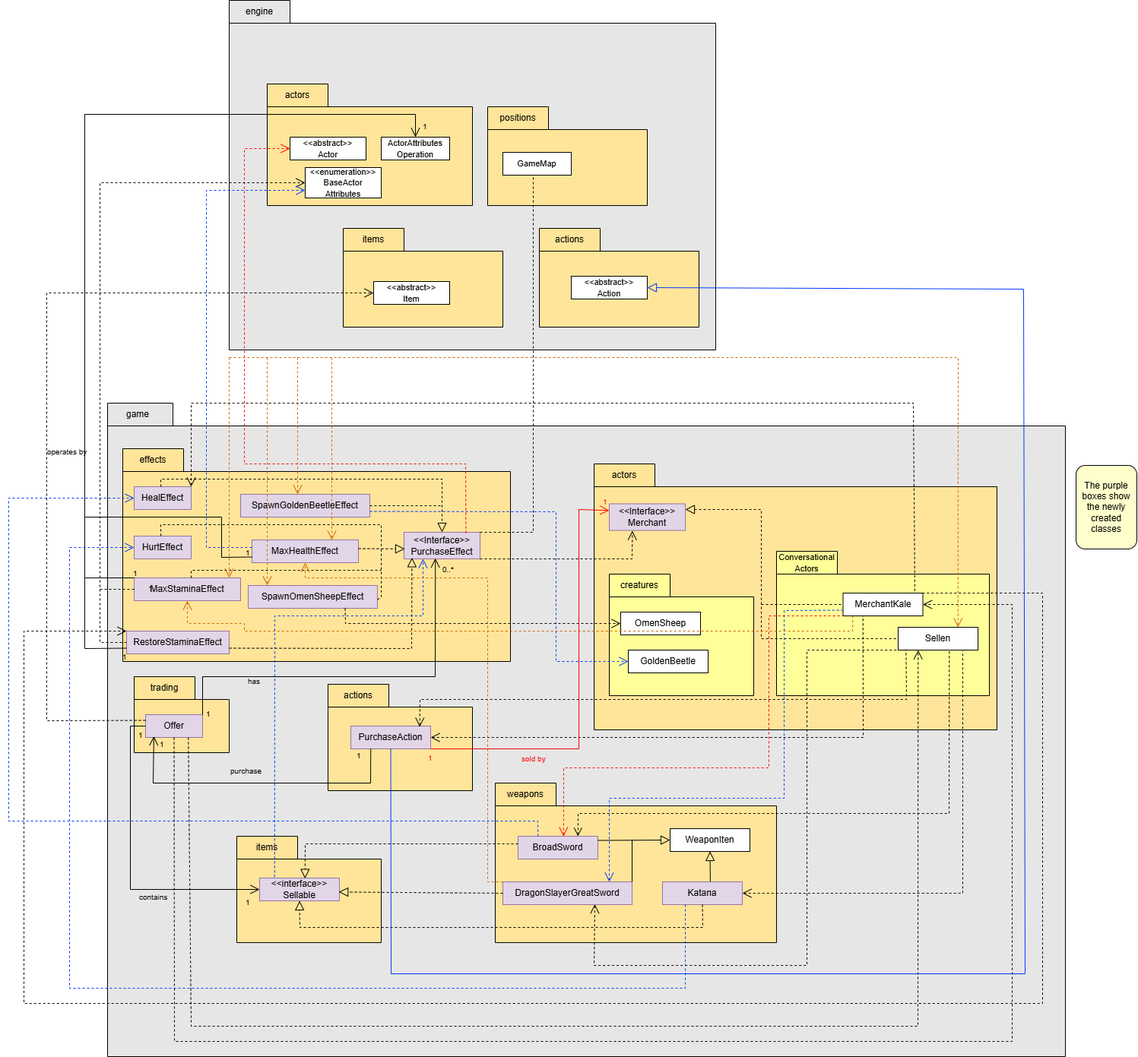
karmay-ong/Elden_Ring_Game keeps this draw.io diagram as docs/design/assignment2/Req4/Req4_UML.png. Above is the earlier version. Source tidied: cells renumbered, new cells last; positions are measured from the earlier drawing's top-left corner, leaving out a move shared by most shapes.
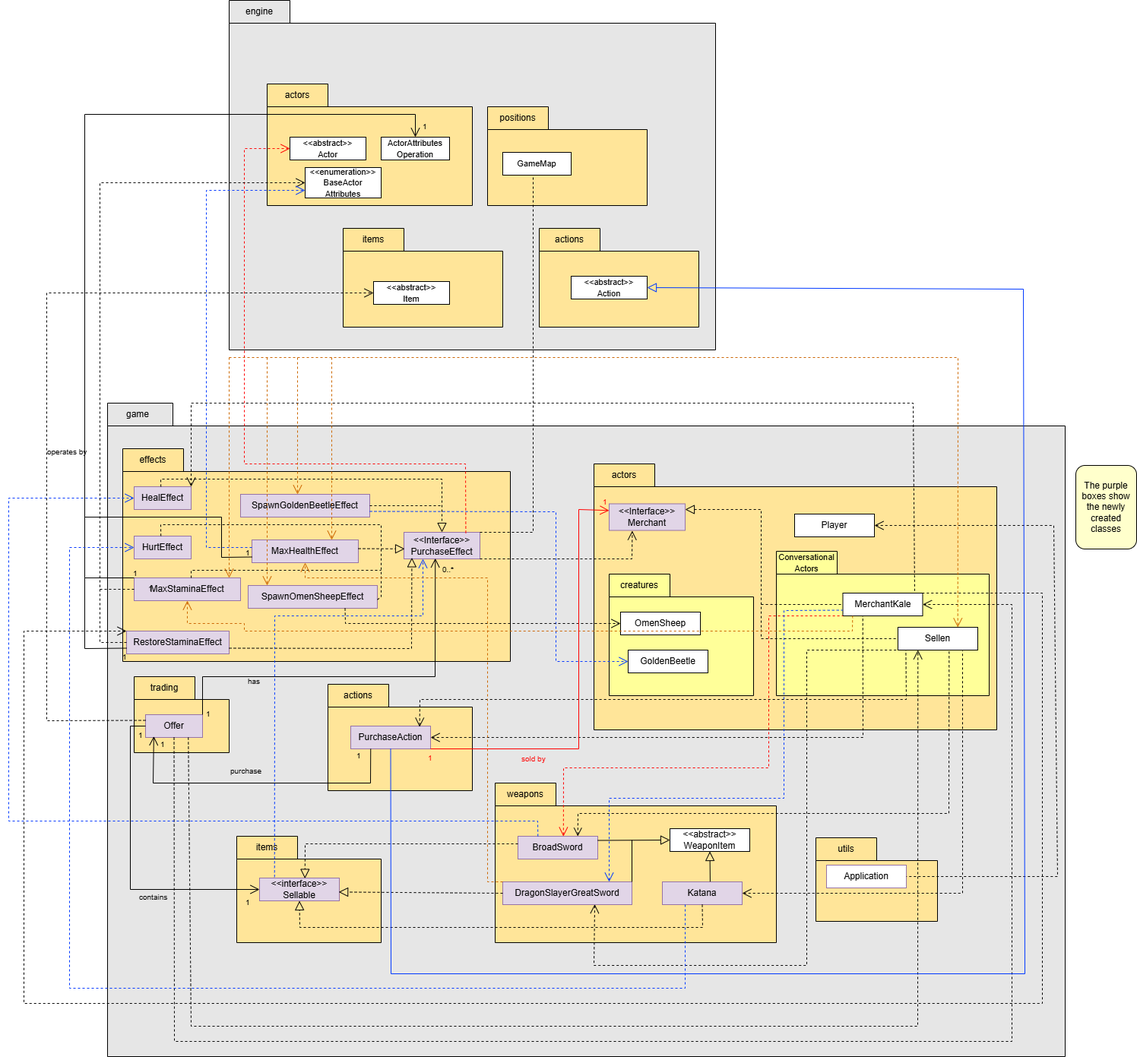
After the commit.

Commit message:
Made WeaponItem class abstract

- Updated Design Rationale and UML for Req 4 to adapt this change.

Change to the diagram source:
```diff
@@ -8,6 +8,18 @@
     <mxCell id="3" style="shape=folder;fontStyle=1;tabWidth=80;tabHeight=30;tabPosition=left;html=1;boundedLbl=1;whiteSpace=wrap;fillColor=#E6E6E6;" parent="2" vertex="1">
       <mxGeometry x="10" width="1260" height="860" as="geometry" />
     </mxCell>
+    <mxCell id="143" style="group;" parent="2" vertex="1">
+      <mxGeometry x="942" y="572" width="190" height="140" as="geometry" />
+    </mxCell>
+    <mxCell id="144" value="&lt;span style=&quot;color: rgba(0, 0, 0, 0); font-family: monospace; font-size: 0px; font-weight: 400; text-align: start; text-wrap-mode: nowrap;&quot;&gt;%3CmxGraphModel%3E%3Croot%3E%3CmxCell%20id%3D%220%22%2F%3E%3CmxCell%20id%3D%221%22%20parent%3D%220%22%2F%3E%3CmxCell%20id%3D%222%22%20value%3D%22%22%20style%3D%22shape%3Dfolder%3BfontStyle%3D1%3BtabWidth%3D80%3BtabHeight%3D30%3BtabPosition%3Dleft%3Bhtml%3D1%3BboundedLbl%3D1%3BwhiteSpace%3Dwrap%3BfillColor%3D%23FFFF99%3B%22%20vertex%3D%221%22%20parent%3D%221%22%3E%3CmxGeometry%20x%3D%22-8365%22%20y%3D%22-4820%22%20width%3D%22320%22%20height%3D%22150%22%20as%3D%22geometry%22%2F%3E%3C%2FmxCell%3E%3C%2Froot%3E%3C%2FmxGraphModel%3E&lt;/span&gt;" style="shape=folder;fontStyle=1;tabWidth=80;tabHeight=30;tabPosition=left;html=1;boundedLbl=1;whiteSpace=wrap;fillColor=#FFE599;" parent="143" vertex="1">
+      <mxGeometry width="160" height="110" as="geometry" />
+    </mxCell>
+    <mxCell id="145" value="utils" style="text;html=1;align=center;verticalAlign=middle;whiteSpace=wrap;rounded=0;" parent="143" vertex="1">
+      <mxGeometry width="80" height="30" as="geometry" />
+    </mxCell>
+    <mxCell id="146" value="Application" style="rounded=0;whiteSpace=wrap;html=1;fillColor=#FFFFFF;strokeColor=#9673a6;" parent="143" vertex="1">
+      <mxGeometry x="14" y="36" width="105" height="30" as="geometry" />
+    </mxCell>
     <mxCell id="4" style="group;" parent="2" vertex="1">
       <mxGeometry x="30" y="60" width="520" height="290" as="geometry" />
     </mxCell>
@@ -139,7 +151,7 @@
     <mxCell id="36" style="group;" parent="35" vertex="1">
       <mxGeometry width="530" height="350" as="geometry" />
     </mxCell>
-    <mxCell id="37" value="&lt;span style=&quot;color: rgba(0, 0, 0, 0); font-family: monospace; font-size: 0px; font-weight: 400; text-align: start; text-wrap-mode: nowrap;&quot;&gt;%3CmxGraphModel%3E%3Croot%3E%3CmxCell%20id%3D%220%22%2F%3E%3CmxCell%20id%3D%221%22%20parent%3D%220%22%2F%3E%3CmxCell%20id%3D%222%22%20value%3D%22%22%20style%3D%22shape%3Dfolder%3BfontStyle%3D1%3BtabWidth%3D80%3BtabHeight%3D30%3BtabPosition%3Dleft%3Bhtml%3D1%3BboundedLbl%3D1%3BwhiteSpace%3Dwrap%3BfillColor%3D%23FFFF99%3B%22%20vertex%3D%221%22%20parent%3D%221%22%3E%3CmxGeometry%20x%3D%22-8365%22%20y%3D%22-4820%22%20width%3D%22320%22%20height%3D%22150%22%20as%3D%22geometry%22%2F%3E%3C%2FmxCell%3E%3C%2Froot%3E%3C%2FmxGraphModel%3E&lt;/span&gt;" style="shape=folder;fontStyle=1;tabWidth=80;tabHeight=30;tabPosition=left;html=1;boundedLbl=1;whiteSpace=wrap;fillColor=#FFE599;" parent="36" vertex="1">
+    <mxCell id="37" value="&lt;span style=&quot;color: rgba(0, 0, 0, 0); font-family: monospace; font-size: 0px; font-weight: 400; text-align: start; text-wrap-mode: nowrap;&quot;&gt;%3CmxGraphModel%3E%3Croot%3E%3CmxCell%20id%3D%220%22%2F%3E%3CmxCell%20id%3D%221%22%20parent%3D%220%22%2F%3E%3CmxCell%20id%3D%222%22%20value%3D%22%22%20style%3D%22shape%3Dfolder%3BfontStyle%3D1%3BtabWidth%3D80%3BtabHeight%3D30%3BtabPosition%3Dleft%3Bhtml%3D1%3BboundedLbl%3D1%3BwhiteSpace%3Dwrap%3BfillColor%3D%23FFFF99%3B%22%20vertex%3D%221%22%20parent%3D%221%22%3E%3CmxGeometry%20x%3D%22-8365%22%20y%3D%22-4820%22%20width%3D%22320%22%20height%3D%22150%22%20as%3D%22geometry%22%2F%3E%3C%2FmxCell%3E%3C%2Froot%3E%3C%2FmxGraphModel%3E&lt;/span&gt;&lt;span style=&quot;color: rgba(0, 0, 0, 0); font-family: monospace; font-size: 0px; font-weight: 400; text-align: start; text-wrap-mode: nowrap;&quot;&gt;%3CmxGraphModel%3E%3Croot%3E%3CmxCell%20id%3D%220%22%2F%3E%3CmxCell%20id%3D%221%22%20parent%3D%220%22%2F%3E%3CmxCell%20id%3D%222%22%20value%3D%22%22%20style%3D%22shape%3Dfolder%3BfontStyle%3D1%3BtabWidth%3D80%3BtabHeight%3D30%3BtabPosition%3Dleft%3Bhtml%3D1%3BboundedLbl%3D1%3BwhiteSpace%3Dwrap%3BfillColor%3D%23FFFF99%3B%22%20vertex%3D%221%22%20parent%3D%221%22%3E%3CmxGeometry%20x%3D%22-8365%22%20y%3D%22-4820%22%20width%3D%22320%22%20height%3D%22150%22%20as%3D%22geometry%22%2F%3E%3C%2FmxCell%3E%3C%2Froot%3E%3C%2FmxGraphModel%3E&lt;/span&gt;" style="shape=folder;fontStyle=1;tabWidth=80;tabHeight=30;tabPosition=left;html=1;boundedLbl=1;whiteSpace=wrap;fillColor=#FFE599;" parent="36" vertex="1">
       <mxGeometry width="530" height="350" as="geometry" />
     </mxCell>
     <mxCell id="38" value="actors" style="text;html=1;align=center;verticalAlign=middle;whiteSpace=wrap;rounded=0;" parent="36" vertex="1">
@@ -201,6 +213,9 @@
     <mxCell id="54" value="&lt;div style=&quot;text-align: center;&quot;&gt;&lt;font style=&quot;color: rgb(255, 0, 0);&quot; size=&quot;1&quot;&gt;1&lt;/font&gt;&lt;/div&gt;" style="text;whiteSpace=wrap;html=1;" parent="36" vertex="1">
       <mxGeometry x="10" y="36" width="40" height="30" as="geometry" />
     </mxCell>
+    <mxCell id="147" value="Player" style="rounded=0;whiteSpace=wrap;html=1;" parent="36" vertex="1">
+      <mxGeometry x="264" y="66" width="105" height="30" as="geometry" />
+    </mxCell>
     <mxCell id="55" style="group;" parent="2" vertex="1">
       <mxGeometry x="300" y="370" width="190" height="140" as="geometry" />
     </mxCell>
@@ -231,7 +246,7 @@
     <mxCell id="64" value="DragonSlayerGreatSword" style="rounded=0;whiteSpace=wrap;html=1;fillColor=#e1d5e7;strokeColor=#9673a6;" parent="61" vertex="1">
       <mxGeometry x="10" y="130" width="170" height="30" as="geometry" />
     </mxCell>
-    <mxCell id="65" value="WeaponIten" style="rounded=0;whiteSpace=wrap;html=1;" parent="61" vertex="1">
+    <mxCell id="65" value="&lt;div&gt;&amp;lt;&amp;lt;abstract&amp;gt;&amp;gt;&lt;/div&gt;WeaponItem" style="rounded=0;whiteSpace=wrap;html=1;" parent="61" vertex="1">
       <mxGeometry x="230" y="60" width="105" height="30" as="geometry" />
     </mxCell>
     <mxCell id="66" value="Katana" style="rounded=0;whiteSpace=wrap;html=1;fillColor=#e1d5e7;strokeColor=#9673a6;" parent="61" vertex="1">
@@ -493,6 +508,14 @@
     <mxCell id="106" value="&lt;font size=&quot;1&quot; color=&quot;#ff0000&quot;&gt;sold by&lt;/font&gt;" style="text;whiteSpace=wrap;html=1;" parent="2" vertex="1">
       <mxGeometry x="553" y="454" width="40" height="30" as="geometry" />
     </mxCell>
+    <mxCell id="148" style="html=1;verticalAlign=bottom;labelBackgroundColor=none;endArrow=none;endFill=0;rounded=0;exitX=1;exitY=0.5;exitDx=0;exitDy=0;endSize=10;dashed=1;startArrow=open;startFill=0;startSize=10;entryX=1;entryY=0.5;entryDx=0;entryDy=0;" parent="2" edge="1" source="147" target="146">
+      <mxGeometry relative="1" as="geometry">
+        <Array as="points">
+          <mxPoint x="1255" y="161" />
+          <mxPoint x="1260" y="623" />
+        </Array>
+      </mxGeometry>
+    </mxCell>
     <mxCell id="107" style="group;" parent="1" vertex="1">
       <mxGeometry x="290" width="640" height="460" as="geometry" />
     </mxCell>
```
